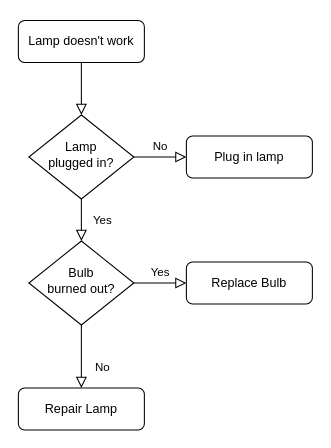
Earlier version of the draw.io diagram Untitled Diagram.drawio (teexiii/drawio-storage). Source tidied: cells renumbered, new cells numbered last; positions are measured from the earlier drawing's top-left corner, leaving out a move shared by most shapes. Both pictures are drawn from the tidied source at 105%, with x=0, y=0 at pixel (18, 20).
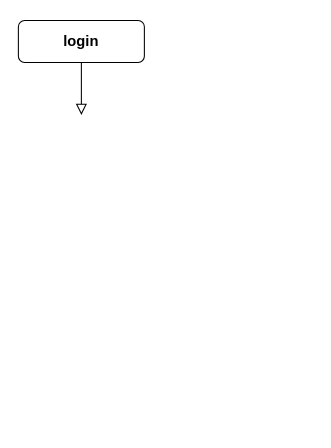
After the change.

What changed in the source:
```diff
@@
 <mxGraphModel>
   <root>
     <mxCell id="0" />
     <mxCell id="1" parent="0" />
-    <mxCell id="2" style="rounded=0;html=1;jettySize=auto;fontSize=11;endArrow=block;endFill=0;endSize=8;strokeWidth=1;shadow=0;labelBackgroundColor=none;edgeStyle=orthogonalEdgeStyle;" parent="1" edge="1" source="3" target="6">
-      <mxGeometry relative="1" as="geometry" />
+    <mxCell id="2" style="rounded=0;html=1;jettySize=auto;fontSize=11;endArrow=block;endFill=0;endSize=8;strokeWidth=1;shadow=0;labelBackgroundColor=none;edgeStyle=orthogonalEdgeStyle;" parent="1" edge="1" source="3">
+      <mxGeometry relative="1" as="geometry">
+        <mxPoint x="60" y="90" as="targetPoint" />
+      </mxGeometry>
     </mxCell>
-    <mxCell id="3" value="Lamp doesn't work" style="rounded=1;whiteSpace=wrap;html=1;fontSize=12;glass=0;strokeWidth=1;shadow=0;" parent="1" vertex="1">
+    <mxCell id="3" value="&lt;h3&gt;login&lt;/h3&gt;" style="rounded=1;whiteSpace=wrap;html=1;fontSize=12;glass=0;strokeWidth=1;shadow=0;" parent="1" vertex="1">
       <mxGeometry width="120" height="40" as="geometry" />
     </mxCell>
-    <mxCell id="4" value="Yes" style="rounded=0;html=1;jettySize=auto;fontSize=11;endArrow=block;endFill=0;endSize=8;strokeWidth=1;shadow=0;labelBackgroundColor=none;edgeStyle=orthogonalEdgeStyle;" parent="1" edge="1" source="6" target="10">
-      <mxGeometry y="20" relative="1" as="geometry" />
-    </mxCell>
-    <mxCell id="5" value="No" style="edgeStyle=orthogonalEdgeStyle;rounded=0;html=1;jettySize=auto;fontSize=11;endArrow=block;endFill=0;endSize=8;strokeWidth=1;shadow=0;labelBackgroundColor=none;" parent="1" edge="1" source="6" target="7">
-      <mxGeometry y="10" relative="1" as="geometry" />
-    </mxCell>
-    <mxCell id="6" value="Lamp&lt;br&gt;plugged in?" style="rhombus;whiteSpace=wrap;html=1;shadow=0;fontFamily=Helvetica;fontSize=12;align=center;strokeWidth=1;spacing=6;spacingTop=-4;" parent="1" vertex="1">
-      <mxGeometry x="10" y="90" width="100" height="80" as="geometry" />
-    </mxCell>
-    <mxCell id="7" value="Plug in lamp" style="rounded=1;whiteSpace=wrap;html=1;fontSize=12;glass=0;strokeWidth=1;shadow=0;" parent="1" vertex="1">
-      <mxGeometry x="160" y="110" width="120" height="40" as="geometry" />
-    </mxCell>
-    <mxCell id="8" value="No" style="rounded=0;html=1;jettySize=auto;fontSize=11;endArrow=block;endFill=0;endSize=8;strokeWidth=1;shadow=0;labelBackgroundColor=none;edgeStyle=orthogonalEdgeStyle;" parent="1" edge="1" source="10" target="11">
-      <mxGeometry x="0.33" y="20" relative="1" as="geometry" />
-    </mxCell>
-    <mxCell id="9" value="Yes" style="edgeStyle=orthogonalEdgeStyle;rounded=0;html=1;jettySize=auto;fontSize=11;endArrow=block;endFill=0;endSize=8;strokeWidth=1;shadow=0;labelBackgroundColor=none;" parent="1" edge="1" source="10" target="12">
-      <mxGeometry y="10" relative="1" as="geometry" />
-    </mxCell>
-    <mxCell id="10" value="Bulb&lt;br&gt;burned out?" style="rhombus;whiteSpace=wrap;html=1;shadow=0;fontFamily=Helvetica;fontSize=12;align=center;strokeWidth=1;spacing=6;spacingTop=-4;" parent="1" vertex="1">
-      <mxGeometry x="10" y="210" width="100" height="80" as="geometry" />
-    </mxCell>
-    <mxCell id="11" value="Repair Lamp" style="rounded=1;whiteSpace=wrap;html=1;fontSize=12;glass=0;strokeWidth=1;shadow=0;" parent="1" vertex="1">
-      <mxGeometry y="350" width="120" height="40" as="geometry" />
-    </mxCell>
-    <mxCell id="12" value="Replace Bulb" style="rounded=1;whiteSpace=wrap;html=1;fontSize=12;glass=0;strokeWidth=1;shadow=0;" parent="1" vertex="1">
-      <mxGeometry x="160" y="230" width="120" height="40" as="geometry" />
-    </mxCell>
   </root>
 </mxGraphModel>
```
